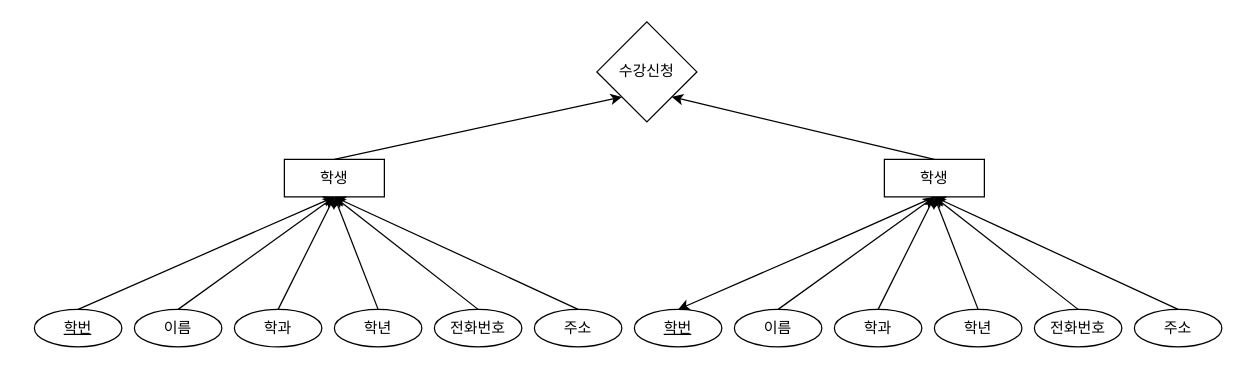
Before: 수강신청.drawio in marpolll/Biz_2023_04_DBMS, a draw.io diagram. Source tidied: cells renumbered, new cells numbered last; positions are measured from the earlier drawing's top-left corner, leaving out a move shared by most shapes. Both pictures are drawn from the tidied source at 125%, with x=0, y=0 at pixel (34, 21).
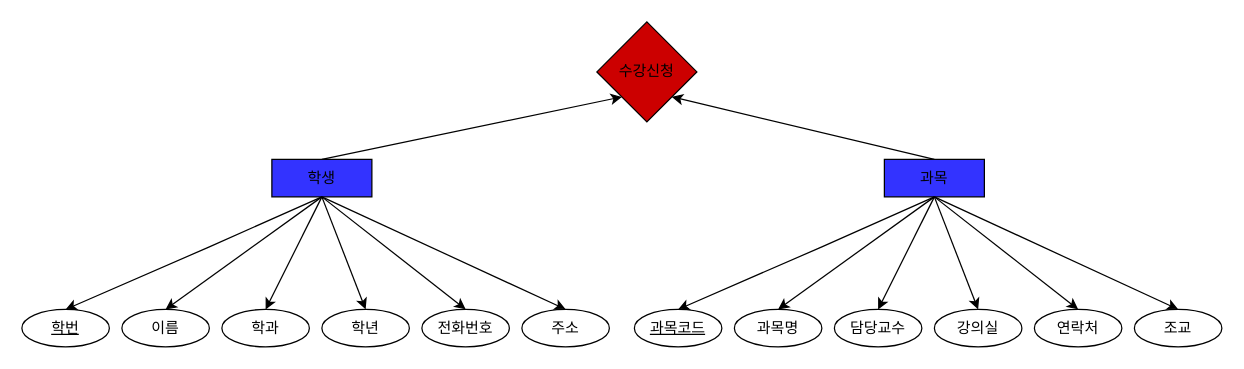
Above is the later version.

What changed in the source:
```diff
@@
-    <mxCell id="3" value="학생" style="whiteSpace=wrap;html=1;align=center;" parent="1" vertex="1">
-      <mxGeometry x="200" y="110" width="80" height="30" as="geometry" />
-    </mxCell>
-    <mxCell id="4" value="학번" style="ellipse;whiteSpace=wrap;html=1;align=center;fontStyle=4;" parent="1" vertex="1">
-      <mxGeometry y="230" width="70" height="30" as="geometry" />
-    </mxCell>
-    <mxCell id="5" value="이름" style="ellipse;whiteSpace=wrap;html=1;align=center;" parent="1" vertex="1">
-      <mxGeometry x="80" y="230" width="70" height="30" as="geometry" />
-    </mxCell>
-    <mxCell id="6" value="학과" style="ellipse;whiteSpace=wrap;html=1;align=center;" parent="1" vertex="1">
-      <mxGeometry x="160" y="230" width="70" height="30" as="geometry" />
-    </mxCell>
-    <mxCell id="7" value="학년" style="ellipse;whiteSpace=wrap;html=1;align=center;" parent="1" vertex="1">
-      <mxGeometry x="240" y="230" width="70" height="30" as="geometry" />
-    </mxCell>
-    <mxCell id="8" value="전화번호" style="ellipse;whiteSpace=wrap;html=1;align=center;" parent="1" vertex="1">
-      <mxGeometry x="320" y="230" width="70" height="30" as="geometry" />
-    </mxCell>
-    <mxCell id="9" value="주소" style="ellipse;whiteSpace=wrap;html=1;align=center;" parent="1" vertex="1">
-      <mxGeometry x="400" y="230" width="70" height="30" as="geometry" />
-    </mxCell>
-    <mxCell id="10" value="수강신청" style="rhombus;whiteSpace=wrap;html=1;" parent="1" vertex="1">
+    <mxCell id="10" value="수강신청" style="rhombus;whiteSpace=wrap;html=1;fillColor=#CC0000;" parent="1" vertex="1">
       <mxGeometry x="450" width="80" height="80" as="geometry" />
     </mxCell>
-    <mxCell id="11" style="rounded=0;jettySize=auto;html=1;exitX=0.5;exitY=0;exitDx=0;exitDy=0;entryX=0.5;entryY=1;entryDx=0;entryDy=0;" parent="1" edge="1" source="4" target="3">
-      <mxGeometry relative="1" as="geometry" />
-    </mxCell>
-    <mxCell id="12" style="rounded=0;jettySize=auto;html=1;exitX=0.5;exitY=0;exitDx=0;exitDy=0;entryX=0.5;entryY=1;entryDx=0;entryDy=0;" parent="1" edge="1" source="5" target="3">
-      <mxGeometry relative="1" as="geometry" />
-    </mxCell>
-    <mxCell id="13" style="rounded=0;jettySize=auto;html=1;exitX=0.5;exitY=0;exitDx=0;exitDy=0;entryX=0.5;entryY=1;entryDx=0;entryDy=0;" parent="1" edge="1" source="6" target="3">
-      <mxGeometry relative="1" as="geometry" />
-    </mxCell>
-    <mxCell id="14" style="rounded=0;jettySize=auto;html=1;exitX=0.5;exitY=0;exitDx=0;exitDy=0;entryX=0.5;entryY=1;entryDx=0;entryDy=0;" parent="1" edge="1" source="7" target="3">
-      <mxGeometry relative="1" as="geometry" />
-    </mxCell>
-    <mxCell id="15" style="rounded=0;jettySize=auto;html=1;exitX=0.5;exitY=0;exitDx=0;exitDy=0;entryX=0.5;entryY=1;entryDx=0;entryDy=0;" parent="1" edge="1" source="8" target="3">
-      <mxGeometry relative="1" as="geometry" />
-    </mxCell>
-    <mxCell id="16" style="rounded=0;jettySize=auto;html=1;exitX=0.5;exitY=0;exitDx=0;exitDy=0;entryX=0.5;entryY=1;entryDx=0;entryDy=0;" parent="1" edge="1" source="9" target="3">
-      <mxGeometry relative="1" as="geometry" />
-    </mxCell>
-    <mxCell id="17" value="학생" style="whiteSpace=wrap;html=1;align=center;" parent="1" vertex="1">
+    <mxCell id="17" value="과목" style="whiteSpace=wrap;html=1;align=center;fillColor=#3333FF;" parent="1" vertex="1">
       <mxGeometry x="680" y="110" width="80" height="30" as="geometry" />
     </mxCell>
-    <mxCell id="18" value="학번" style="ellipse;whiteSpace=wrap;html=1;align=center;fontStyle=4;" parent="1" vertex="1">
+    <mxCell id="18" value="과목코드" style="ellipse;whiteSpace=wrap;html=1;align=center;fontStyle=4;" parent="1" vertex="1">
       <mxGeometry x="480" y="230" width="70" height="30" as="geometry" />
     </mxCell>
-    <mxCell id="19" value="이름" style="ellipse;whiteSpace=wrap;html=1;align=center;" parent="1" vertex="1">
+    <mxCell id="19" value="과목명" style="ellipse;whiteSpace=wrap;html=1;align=center;" parent="1" vertex="1">
       <mxGeometry x="560" y="230" width="70" height="30" as="geometry" />
     </mxCell>
-    <mxCell id="20" value="학과" style="ellipse;whiteSpace=wrap;html=1;align=center;" parent="1" vertex="1">
+    <mxCell id="20" value="담당교수" style="ellipse;whiteSpace=wrap;html=1;align=center;" parent="1" vertex="1">
       <mxGeometry x="640" y="230" width="70" height="30" as="geometry" />
     </mxCell>
-    <mxCell id="21" value="학년" style="ellipse;whiteSpace=wrap;html=1;align=center;" parent="1" vertex="1">
+    <mxCell id="21" value="강의실" style="ellipse;whiteSpace=wrap;html=1;align=center;" parent="1" vertex="1">
       <mxGeometry x="720" y="230" width="70" height="30" as="geometry" />
     </mxCell>
-    <mxCell id="22" value="전화번호" style="ellipse;whiteSpace=wrap;html=1;align=center;" parent="1" vertex="1">
+    <mxCell id="22" value="연락처" style="ellipse;whiteSpace=wrap;html=1;align=center;" parent="1" vertex="1">
       <mxGeometry x="800" y="230" width="70" height="30" as="geometry" />
     </mxCell>
-    <mxCell id="23" value="주소" style="ellipse;whiteSpace=wrap;html=1;align=center;" parent="1" vertex="1">
+    <mxCell id="23" value="조교" style="ellipse;whiteSpace=wrap;html=1;align=center;" parent="1" vertex="1">
       <mxGeometry x="880" y="230" width="70" height="30" as="geometry" />
     </mxCell>
@@
-    <mxCell id="25" style="rounded=0;jettySize=auto;html=1;exitX=0.5;exitY=0;exitDx=0;exitDy=0;entryX=0.5;entryY=1;entryDx=0;entryDy=0;" parent="1" edge="1" source="19" target="17">
+    <mxCell id="25" style="rounded=0;jettySize=auto;html=1;exitX=0.5;exitY=1;exitDx=0;exitDy=0;entryX=0.5;entryY=0;entryDx=0;entryDy=0;" parent="1" edge="1" source="17" target="19">
       <mxGeometry relative="1" as="geometry" />
     </mxCell>
-    <mxCell id="26" style="rounded=0;jettySize=auto;html=1;exitX=0.5;exitY=0;exitDx=0;exitDy=0;entryX=0.5;entryY=1;entryDx=0;entryDy=0;" parent="1" edge="1" source="20" target="17">
+    <mxCell id="26" style="rounded=0;jettySize=auto;html=1;exitX=0.5;exitY=1;exitDx=0;exitDy=0;entryX=0.5;entryY=0;entryDx=0;entryDy=0;" parent="1" edge="1" source="17" target="20">
       <mxGeometry relative="1" as="geometry" />
     </mxCell>
-    <mxCell id="27" style="rounded=0;jettySize=auto;html=1;exitX=0.5;exitY=0;exitDx=0;exitDy=0;entryX=0.5;entryY=1;entryDx=0;entryDy=0;" parent="1" edge="1" source="21" target="17">
+    <mxCell id="27" style="rounded=0;jettySize=auto;html=1;exitX=0.5;exitY=1;exitDx=0;exitDy=0;entryX=0.5;entryY=0;entryDx=0;entryDy=0;" parent="1" edge="1" source="17" target="21">
       <mxGeometry relative="1" as="geometry" />
     </mxCell>
-    <mxCell id="28" style="rounded=0;jettySize=auto;html=1;exitX=0.5;exitY=0;exitDx=0;exitDy=0;entryX=0.5;entryY=1;entryDx=0;entryDy=0;" parent="1" edge="1" source="22" target="17">
+    <mxCell id="28" style="rounded=0;jettySize=auto;html=1;exitX=0.5;exitY=1;exitDx=0;exitDy=0;entryX=0.5;entryY=0;entryDx=0;entryDy=0;" parent="1" edge="1" source="17" target="22">
       <mxGeometry relative="1" as="geometry" />
     </mxCell>
-    <mxCell id="29" style="rounded=0;jettySize=auto;html=1;exitX=0.5;exitY=0;exitDx=0;exitDy=0;entryX=0.5;entryY=1;entryDx=0;entryDy=0;" parent="1" edge="1" source="23" target="17">
+    <mxCell id="29" style="rounded=0;jettySize=auto;html=1;exitX=0.5;exitY=1;exitDx=0;exitDy=0;entryX=0.5;entryY=0;entryDx=0;entryDy=0;" parent="1" edge="1" source="17" target="23">
       <mxGeometry relative="1" as="geometry" />
     </mxCell>
@@
+    <mxCell id="3" value="학생" style="whiteSpace=wrap;html=1;align=center;fillColor=#3333FF;" parent="1" vertex="1">
+      <mxGeometry x="190" y="110" width="80" height="30" as="geometry" />
+    </mxCell>
+    <mxCell id="4" value="학번" style="ellipse;whiteSpace=wrap;html=1;align=center;fontStyle=4;" parent="1" vertex="1">
+      <mxGeometry x="-10" y="230" width="70" height="30" as="geometry" />
+    </mxCell>
+    <mxCell id="5" value="이름" style="ellipse;whiteSpace=wrap;html=1;align=center;" parent="1" vertex="1">
+      <mxGeometry x="70" y="230" width="70" height="30" as="geometry" />
+    </mxCell>
+    <mxCell id="6" value="학과" style="ellipse;whiteSpace=wrap;html=1;align=center;" parent="1" vertex="1">
+      <mxGeometry x="150" y="230" width="70" height="30" as="geometry" />
+    </mxCell>
+    <mxCell id="7" value="학년" style="ellipse;whiteSpace=wrap;html=1;align=center;" parent="1" vertex="1">
+      <mxGeometry x="230" y="230" width="70" height="30" as="geometry" />
+    </mxCell>
+    <mxCell id="8" value="전화번호" style="ellipse;whiteSpace=wrap;html=1;align=center;" parent="1" vertex="1">
+      <mxGeometry x="310" y="230" width="70" height="30" as="geometry" />
+    </mxCell>
+    <mxCell id="9" value="주소" style="ellipse;whiteSpace=wrap;html=1;align=center;" parent="1" vertex="1">
+      <mxGeometry x="390" y="230" width="70" height="30" as="geometry" />
+    </mxCell>
+    <mxCell id="31" style="rounded=0;jettySize=auto;html=1;exitX=0.5;exitY=1;exitDx=0;exitDy=0;entryX=0.5;entryY=0;entryDx=0;entryDy=0;" parent="1" edge="1" source="3" target="4">
+      <mxGeometry relative="1" as="geometry">
+        <Array as="points">
+          <mxPoint x="140" y="180" />
+        </Array>
+      </mxGeometry>
+    </mxCell>
+    <mxCell id="32" style="rounded=0;jettySize=auto;html=1;exitX=0.5;exitY=1;exitDx=0;exitDy=0;entryX=0.5;entryY=0;entryDx=0;entryDy=0;" parent="1" edge="1" source="3" target="5">
+      <mxGeometry relative="1" as="geometry" />
+    </mxCell>
+    <mxCell id="33" style="rounded=0;jettySize=auto;html=1;exitX=0.5;exitY=1;exitDx=0;exitDy=0;entryX=0.5;entryY=0;entryDx=0;entryDy=0;" parent="1" edge="1" source="3" target="6">
+      <mxGeometry relative="1" as="geometry" />
+    </mxCell>
+    <mxCell id="34" style="rounded=0;jettySize=auto;html=1;exitX=0.5;exitY=1;exitDx=0;exitDy=0;entryX=0.5;entryY=0;entryDx=0;entryDy=0;" parent="1" edge="1" source="3" target="7">
+      <mxGeometry relative="1" as="geometry" />
+    </mxCell>
+    <mxCell id="35" style="rounded=0;jettySize=auto;html=1;exitX=0.5;exitY=1;exitDx=0;exitDy=0;entryX=0.5;entryY=0;entryDx=0;entryDy=0;" parent="1" edge="1" source="3" target="8">
+      <mxGeometry relative="1" as="geometry" />
+    </mxCell>
+    <mxCell id="36" style="rounded=0;jettySize=auto;html=1;exitX=0.5;exitY=1;exitDx=0;exitDy=0;entryX=0.5;entryY=0;entryDx=0;entryDy=0;" parent="1" edge="1" source="3" target="9">
+      <mxGeometry relative="1" as="geometry" />
+    </mxCell>
```
